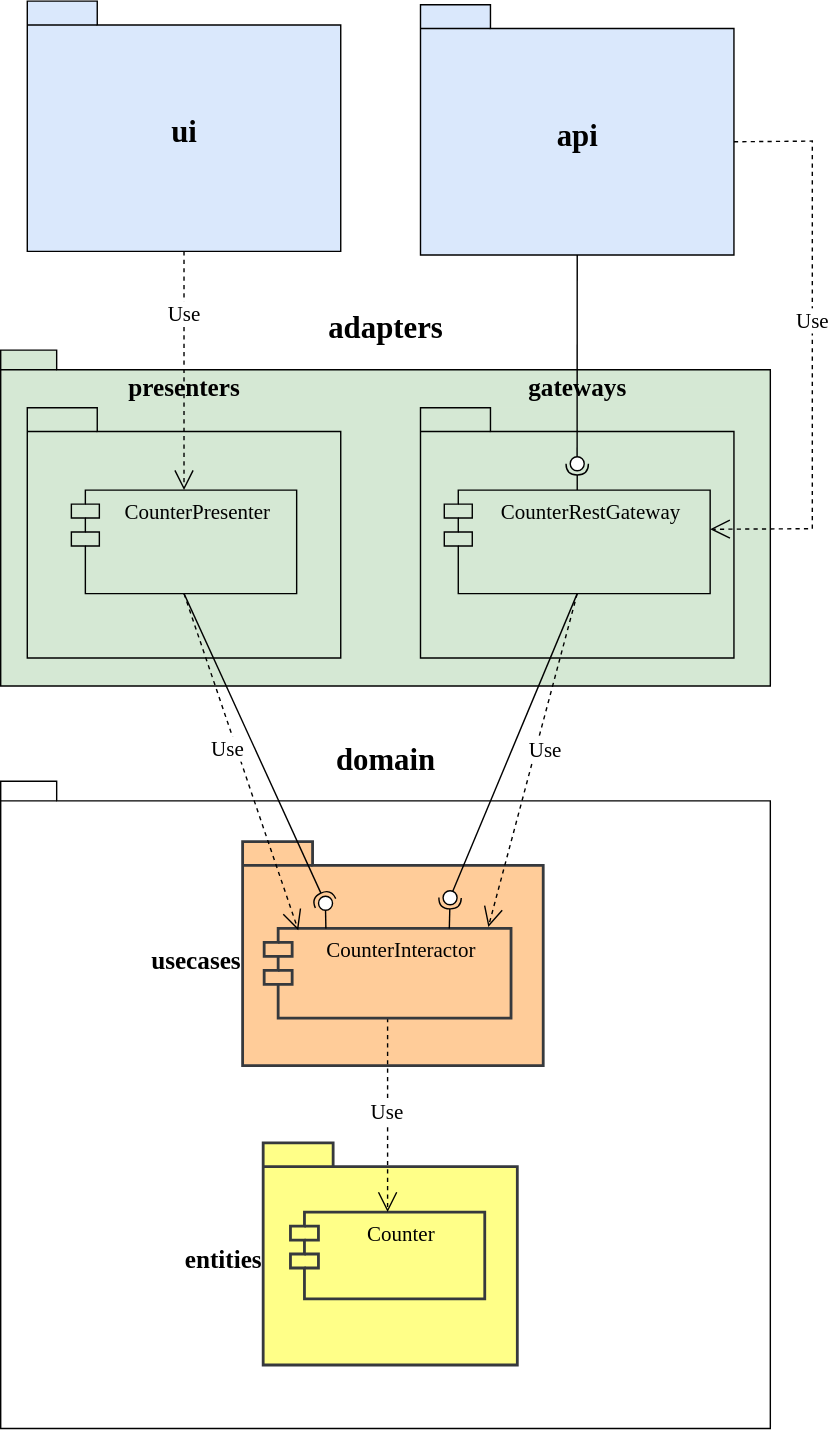
Earlier version of the draw.io export app/diagrams/packages-details.uml.svg (softspiders/clean-architecture-counter-starters). Source tidied: cells renumbered, new cells last; positions are measured from the earlier drawing's top-left corner, leaving out a move shared by most shapes.
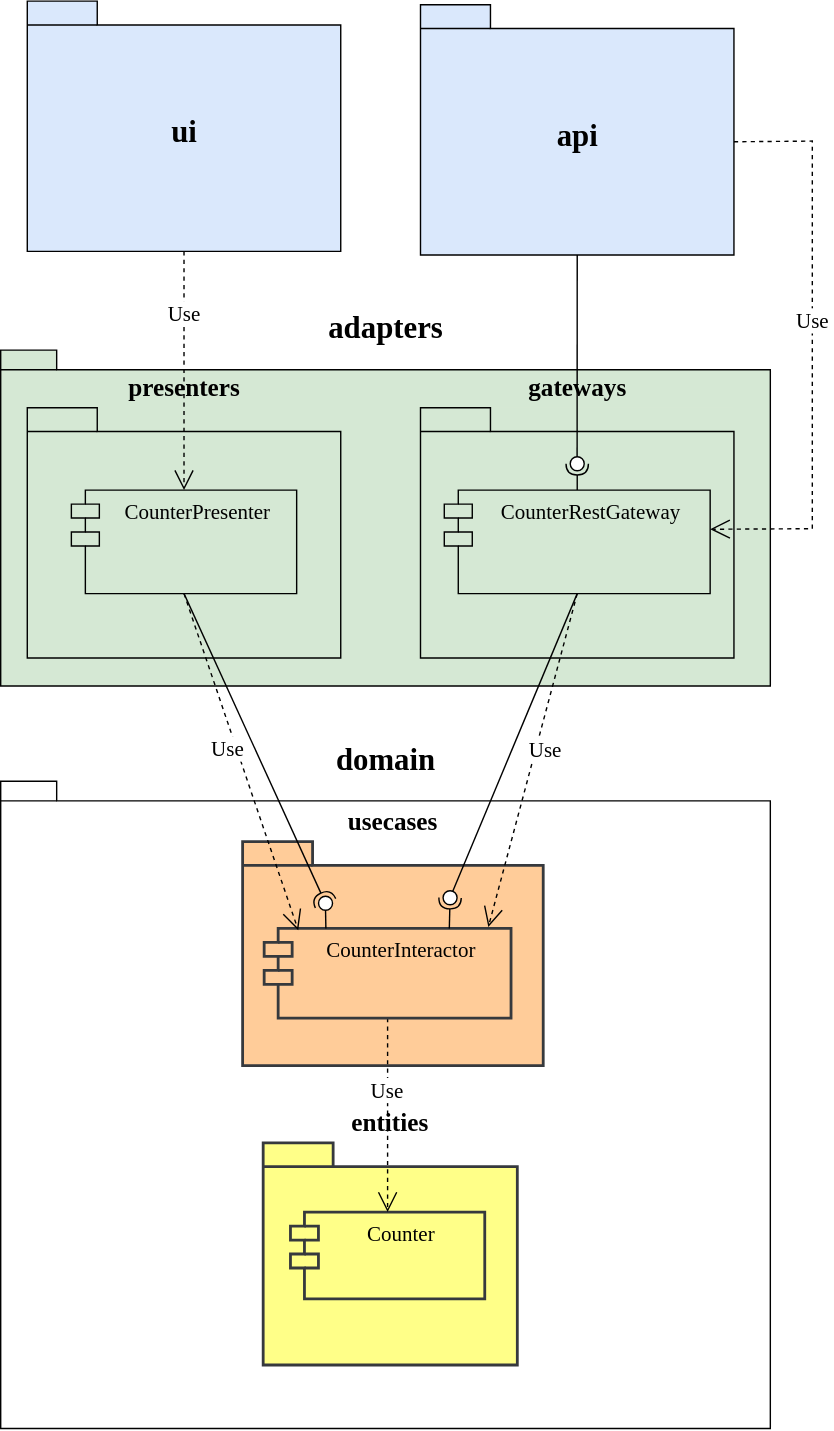
The same diagram one commit later.

Diff of the diagram source:
```diff
@@ -8,20 +8,20 @@
     <mxCell id="3" value="&lt;font style=&quot;font-size: 22px&quot;&gt;domain&lt;/font&gt;" style="shape=folder;fontStyle=1;spacingTop=10;tabWidth=40;tabHeight=14;tabPosition=left;html=1;fontSize=15;labelPosition=center;verticalLabelPosition=top;align=center;verticalAlign=bottom;fontFamily=Verdana;" parent="2" vertex="1">
       <mxGeometry width="550" height="462.5" as="geometry" />
     </mxCell>
-    <mxCell id="4" style="group;fontSize=13;labelPosition=left;verticalLabelPosition=middle;align=right;verticalAlign=middle;fillColor=none;strokeColor=none;strokeWidth=2;" parent="2" vertex="1">
+    <mxCell id="4" style="group;fontSize=13;labelPosition=center;verticalLabelPosition=top;align=center;verticalAlign=bottom;fillColor=none;strokeColor=none;strokeWidth=2;" parent="2" vertex="1">
       <mxGeometry x="133.8" y="246.7" width="285.4" height="182.1" as="geometry" />
     </mxCell>
-    <mxCell id="5" value="&lt;font style=&quot;font-size: 18px&quot;&gt;entities&lt;/font&gt;" style="shape=folder;fontStyle=1;spacingTop=10;tabWidth=50;tabHeight=17;tabPosition=left;html=1;rounded=0;shadow=0;comic=0;labelBackgroundColor=none;strokeWidth=2;fontFamily=Verdana;fontSize=10;align=right;labelPosition=left;verticalLabelPosition=middle;verticalAlign=middle;fillColor=#ffff88;strokeColor=#36393d;" parent="4" vertex="1">
+    <mxCell id="5" value="&lt;font style=&quot;font-size: 18px&quot;&gt;entities&lt;/font&gt;" style="shape=folder;fontStyle=1;spacingTop=10;tabWidth=50;tabHeight=17;tabPosition=left;html=1;rounded=0;shadow=0;comic=0;labelBackgroundColor=none;strokeWidth=2;fontFamily=Verdana;fontSize=10;align=center;labelPosition=center;verticalLabelPosition=top;verticalAlign=bottom;fillColor=#ffff88;strokeColor=#36393d;" parent="4" vertex="1">
       <mxGeometry x="53.8" y="11.7" width="181.6" height="158.7" as="geometry" />
     </mxCell>
     <mxCell id="6" value="Counter" style="shape=module;align=left;spacingLeft=20;align=center;verticalAlign=top;fontFamily=Verdana;fontSize=15;fillColor=#ffff88;strokeColor=#36393d;strokeWidth=2;" parent="4" vertex="1">
       <mxGeometry x="73.3" y="61.1" width="138.9" height="62" as="geometry" />
     </mxCell>
-    <mxCell id="7" value="&lt;font style=&quot;font-size: 18px&quot;&gt;usecases&lt;/font&gt;" style="shape=folder;fontStyle=1;spacingTop=10;tabWidth=50;tabHeight=17;tabPosition=left;html=1;rounded=0;shadow=0;comic=0;labelBackgroundColor=none;strokeWidth=2;fontFamily=Verdana;fontSize=12;align=right;labelPosition=left;verticalLabelPosition=middle;verticalAlign=middle;fillColor=#ffcc99;strokeColor=#36393d;" parent="2" vertex="1">
+    <mxCell id="7" value="&lt;font style=&quot;font-size: 18px&quot;&gt;usecases&lt;/font&gt;" style="shape=folder;fontStyle=1;spacingTop=10;tabWidth=50;tabHeight=17;tabPosition=left;html=1;rounded=0;shadow=0;comic=0;labelBackgroundColor=none;strokeWidth=2;fontFamily=Verdana;fontSize=12;align=center;labelPosition=center;verticalLabelPosition=top;verticalAlign=bottom;fillColor=#ffcc99;strokeColor=#36393d;" parent="2" vertex="1">
       <mxGeometry x="172.9" y="43.1" width="214.8" height="160" as="geometry" />
     </mxCell>
     <mxCell id="8" value="Use" style="endArrow=open;endSize=12;dashed=1;html=1;fontFamily=Verdana;fontSize=15;exitX=0.5;exitY=1;exitDx=0;exitDy=0;entryX=0.5;entryY=0;entryDx=0;entryDy=0;" parent="2" edge="1" source="9" target="6">
-      <mxGeometry x="-0.04" relative="1" as="geometry" />
+      <mxGeometry x="-0.26" relative="1" as="geometry" />
     </mxCell>
     <mxCell id="9" value="CounterInteractor" style="shape=module;align=left;spacingLeft=20;align=center;verticalAlign=top;fontFamily=Verdana;fontSize=15;fillColor=#ffcc99;strokeColor=#36393d;strokeWidth=2;" parent="2" vertex="1">
       <mxGeometry x="188.3" y="105.1" width="176.4" height="64.1" as="geometry" />
```
